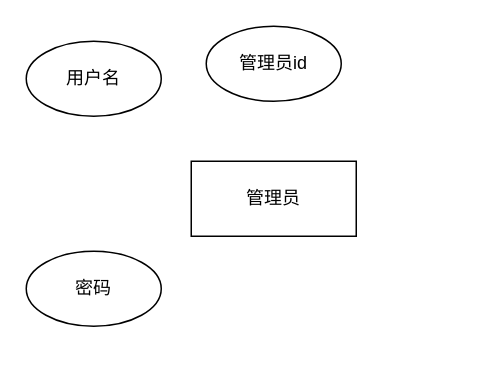
This is page "管理员" (2 of 20) of ER.drawio from 194568/test1, a draw.io file, before an edit. Source tidied: cells renumbered, new cells numbered last; positions are measured from the earlier drawing's top-left corner, leaving out a move shared by most shapes. Both pictures are drawn from the tidied source at 150%, with x=0, y=0 at pixel (26, 26).
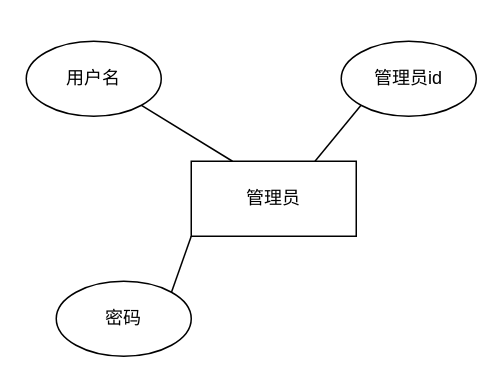
After the change.

What changed in the source:
```diff
@@
 <mxGraphModel>
   <root>
     <mxCell id="0" />
     <mxCell id="1" parent="0" />
+    <mxCell id="6" style="rounded=0;jettySize=auto;html=1;exitX=0.75;exitY=0;exitDx=0;exitDy=0;entryX=0;entryY=1;entryDx=0;entryDy=0;endArrow=none;endFill=0;" parent="1" edge="1" source="2" target="4">
+      <mxGeometry relative="1" as="geometry" />
+    </mxCell>
+    <mxCell id="7" style="rounded=0;jettySize=auto;html=1;exitX=0.25;exitY=0;exitDx=0;exitDy=0;entryX=1;entryY=1;entryDx=0;entryDy=0;endArrow=none;endFill=0;" parent="1" edge="1" source="2" target="3">
+      <mxGeometry relative="1" as="geometry" />
+    </mxCell>
+    <mxCell id="8" style="rounded=0;jettySize=auto;html=1;entryX=1;entryY=0;entryDx=0;entryDy=0;endArrow=none;endFill=0;" parent="1" edge="1" target="5">
+      <mxGeometry relative="1" as="geometry">
+        <mxPoint x="110" y="140" as="sourcePoint" />
+      </mxGeometry>
+    </mxCell>
     <mxCell id="2" value="管理员" style="rounded=0;whiteSpace=wrap;html=1;" parent="1" vertex="1">
       <mxGeometry x="110" y="90" width="110" height="50" as="geometry" />
     </mxCell>
     <mxCell id="3" value="用户名" style="ellipse;whiteSpace=wrap;html=1;" parent="1" vertex="1">
       <mxGeometry y="10" width="90" height="50" as="geometry" />
     </mxCell>
     <mxCell id="4" value="管理员id" style="ellipse;whiteSpace=wrap;html=1;" parent="1" vertex="1">
-      <mxGeometry x="120" width="90" height="50" as="geometry" />
+      <mxGeometry x="210" y="10" width="90" height="50" as="geometry" />
     </mxCell>
     <mxCell id="5" value="密码" style="ellipse;whiteSpace=wrap;html=1;" parent="1" vertex="1">
-      <mxGeometry y="150" width="90" height="50" as="geometry" />
+      <mxGeometry x="20" y="170" width="90" height="50" as="geometry" />
     </mxCell>
   </root>
 </mxGraphModel>
```
